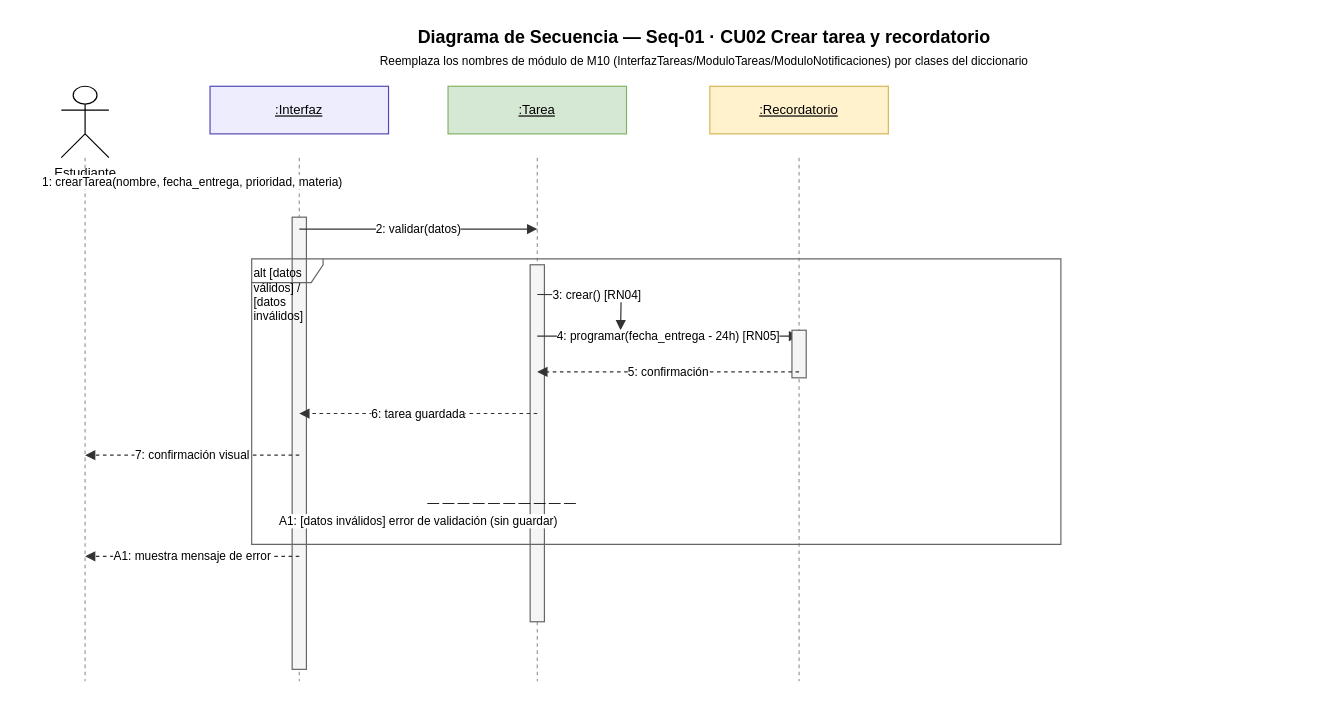
Above: pjc/docs/diseno/drawio/10a_Secuencia_Seq01_CrearTareaRecordatorio.drawio in Castillo8976/H-bitos-Gamificados-Uni (draw.io), before the change. Source tidied: cells renumbered, new cells numbered last; positions are measured from the earlier drawing's top-left corner, leaving out a move shared by most shapes. Both pictures are drawn from the tidied source at 119%, with x=0, y=0 at pixel (61, 20).
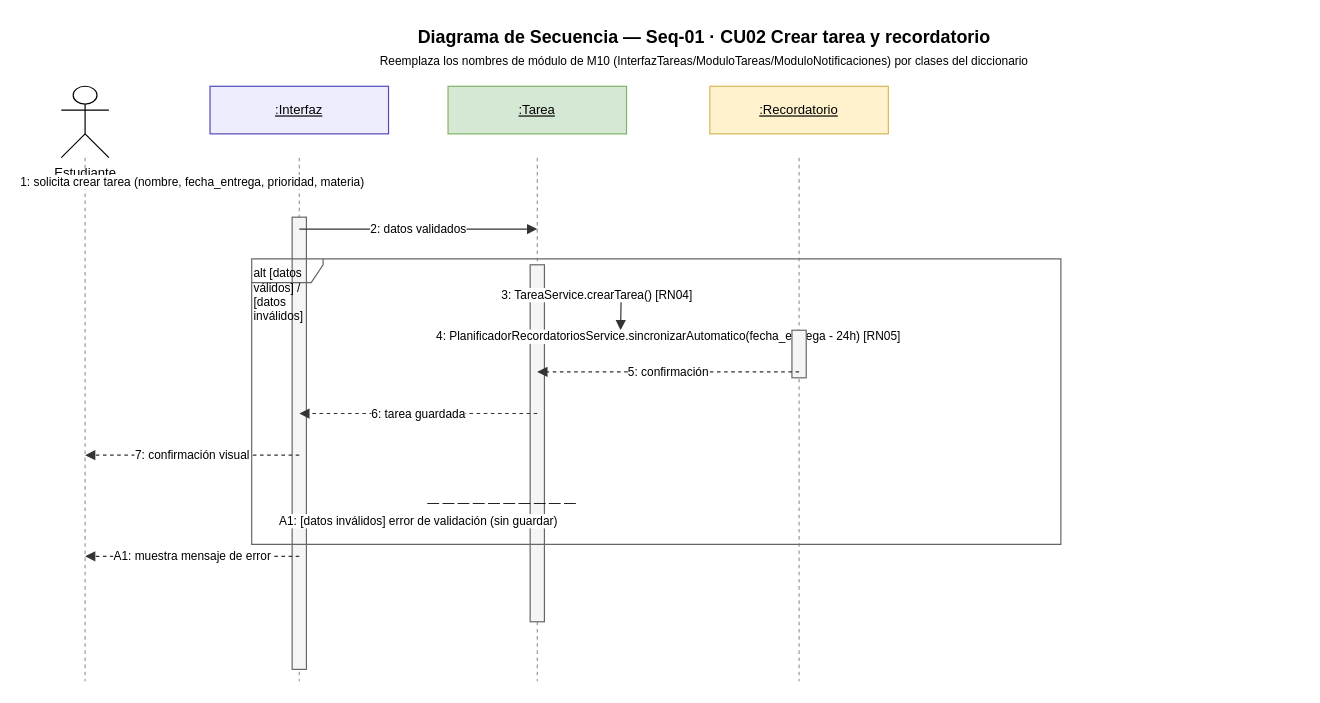
After the change.

The edit, as a diff of the source:
```diff
@@
-    <mxCell id="12" value="1: crearTarea(nombre, fecha_entrega, prioridad, materia)" style="endArrow=block;endFill=1;html=1;fontSize=10;strokeColor=#333333;" parent="1" edge="1">
+    <mxCell id="12" value="1: solicita crear tarea (nombre, fecha_entrega, prioridad, materia)" style="endArrow=block;endFill=1;html=1;fontSize=10;strokeColor=#333333;" parent="1" edge="1">
       <mxGeometry relative="1" as="geometry">
         <mxPoint x="20" y="135" as="sourcePoint" />
         <mxPoint x="200" y="135" as="targetPoint" />
       </mxGeometry>
     </mxCell>
@@
-    <mxCell id="14" value="2: validar(datos)" style="endArrow=block;endFill=1;html=1;fontSize=10;strokeColor=#333333;" parent="1" edge="1">
+    <mxCell id="14" value="2: datos validados" style="endArrow=block;endFill=1;html=1;fontSize=10;strokeColor=#333333;" parent="1" edge="1">
       <mxGeometry relative="1" as="geometry">
         <mxPoint x="200" y="175" as="sourcePoint" />
         <mxPoint x="400" y="175" as="targetPoint" />
       </mxGeometry>
     </mxCell>
@@
-    <mxCell id="17" value="3: crear() [RN04]" style="edgeStyle=orthogonalEdgeStyle;rounded=0;endArrow=block;endFill=1;html=1;fontSize=10;strokeColor=#333333;exitX=1;exitY=0;entryX=1;entryY=1;" parent="1" edge="1">
+    <mxCell id="17" value="3: TareaService.crearTarea() [RN04]" style="edgeStyle=orthogonalEdgeStyle;rounded=0;endArrow=block;endFill=1;html=1;fontSize=10;strokeColor=#333333;exitX=1;exitY=0;entryX=1;entryY=1;" parent="1" edge="1">
       <mxGeometry relative="1" as="geometry">
         <mxPoint x="400" y="230" as="sourcePoint" />
         <mxPoint x="470" y="260" as="targetPoint" />
       </mxGeometry>
     </mxCell>
-    <mxCell id="18" value="4: programar(fecha_entrega - 24h) [RN05]" style="endArrow=block;endFill=1;html=1;fontSize=10;strokeColor=#333333;" parent="1" edge="1">
+    <mxCell id="18" value="4: PlanificadorRecordatoriosService.sincronizarAutomatico(fecha_entrega - 24h) [RN05]" style="endArrow=block;endFill=1;html=1;fontSize=10;strokeColor=#333333;" parent="1" edge="1">
       <mxGeometry relative="1" as="geometry">
         <mxPoint x="400" y="265" as="sourcePoint" />
         <mxPoint x="620" y="265" as="targetPoint" />
       </mxGeometry>
     </mxCell>
```
